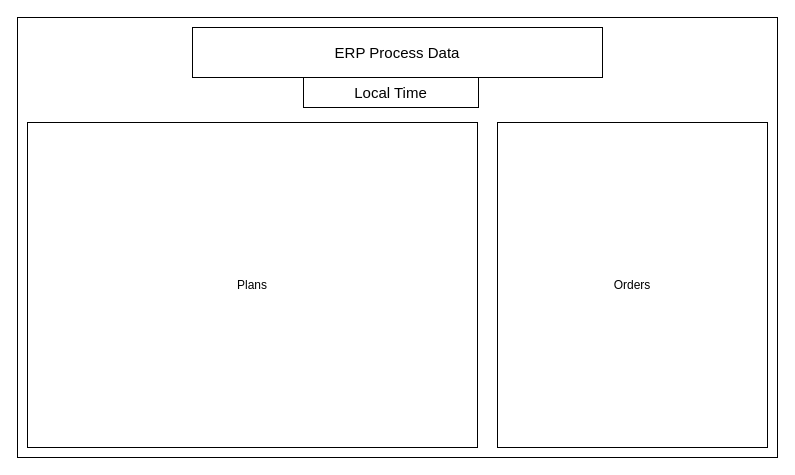
gpizzigh-bit/Automation-of-a-Production-Line keeps this draw.io diagram as page "Terminal Mockup ERP" (9 of 9) of PLA_APP_Diagrams.drawio. Above is the earlier version. Source tidied: cells renumbered, new cells numbered last; positions are measured from the earlier drawing's top-left corner, leaving out a move shared by most shapes. Both pictures are drawn from the tidied source at 100%, with x=0, y=0 at pixel (17, 17).
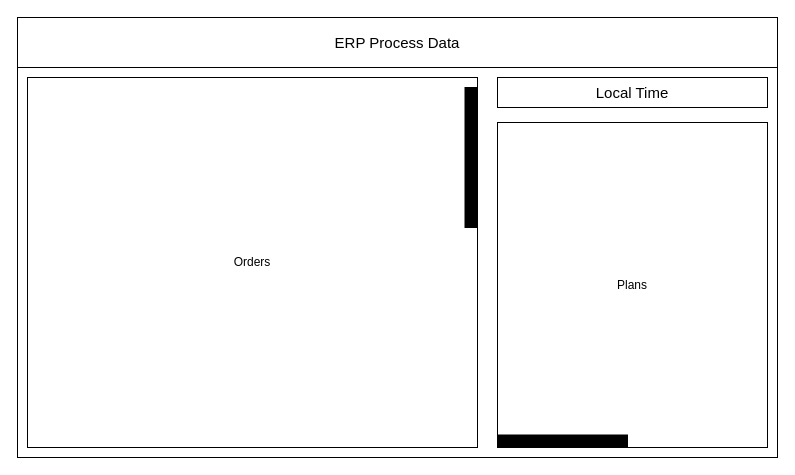
The same diagram, later.

Change to the diagram source:
```diff
@@
 <mxGraphModel>
   <root>
     <mxCell id="0" />
     <mxCell id="1" parent="0" />
     <mxCell id="2" style="rounded=0;whiteSpace=wrap;html=1;fillColor=none;" parent="1" vertex="1">
       <mxGeometry width="760" height="440" as="geometry" />
     </mxCell>
     <mxCell id="3" value="&lt;font style=&quot;font-size: 15px;&quot;&gt;ERP Process Data&lt;/font&gt;" style="rounded=0;whiteSpace=wrap;html=1;fillColor=default;" parent="1" vertex="1">
-      <mxGeometry x="175" y="10" width="410" height="50" as="geometry" />
+      <mxGeometry width="760" height="50" as="geometry" />
     </mxCell>
-    <mxCell id="4" value="Plans" style="rounded=0;whiteSpace=wrap;html=1;" parent="1" vertex="1">
-      <mxGeometry x="10" y="105" width="450" height="325" as="geometry" />
+    <mxCell id="4" value="Orders" style="rounded=0;whiteSpace=wrap;html=1;" parent="1" vertex="1">
+      <mxGeometry x="10" y="60" width="450" height="370" as="geometry" />
     </mxCell>
     <mxCell id="5" value="&lt;font style=&quot;font-size: 15px;&quot;&gt;Local Time&lt;/font&gt;" style="rounded=0;whiteSpace=wrap;html=1;fillColor=default;" parent="1" vertex="1">
-      <mxGeometry x="286" y="60" width="175" height="30" as="geometry" />
+      <mxGeometry x="480" y="60" width="270" height="30" as="geometry" />
     </mxCell>
-    <mxCell id="6" value="Orders" style="rounded=0;whiteSpace=wrap;html=1;" parent="1" vertex="1">
+    <mxCell id="6" value="Plans" style="rounded=0;whiteSpace=wrap;html=1;" parent="1" vertex="1">
       <mxGeometry x="480" y="105" width="270" height="325" as="geometry" />
     </mxCell>
+    <mxCell id="7" style="rounded=0;whiteSpace=wrap;html=1;fillStyle=solid;fillColor=#000000;" parent="1" vertex="1">
+      <mxGeometry x="480" y="417.5" width="130" height="12.5" as="geometry" />
+    </mxCell>
+    <mxCell id="8" style="rounded=0;whiteSpace=wrap;html=1;fillStyle=solid;fillColor=#000000;direction=south;" parent="1" vertex="1">
+      <mxGeometry x="447.5" y="70" width="12.5" height="140" as="geometry" />
+    </mxCell>
   </root>
 </mxGraphModel>
```
